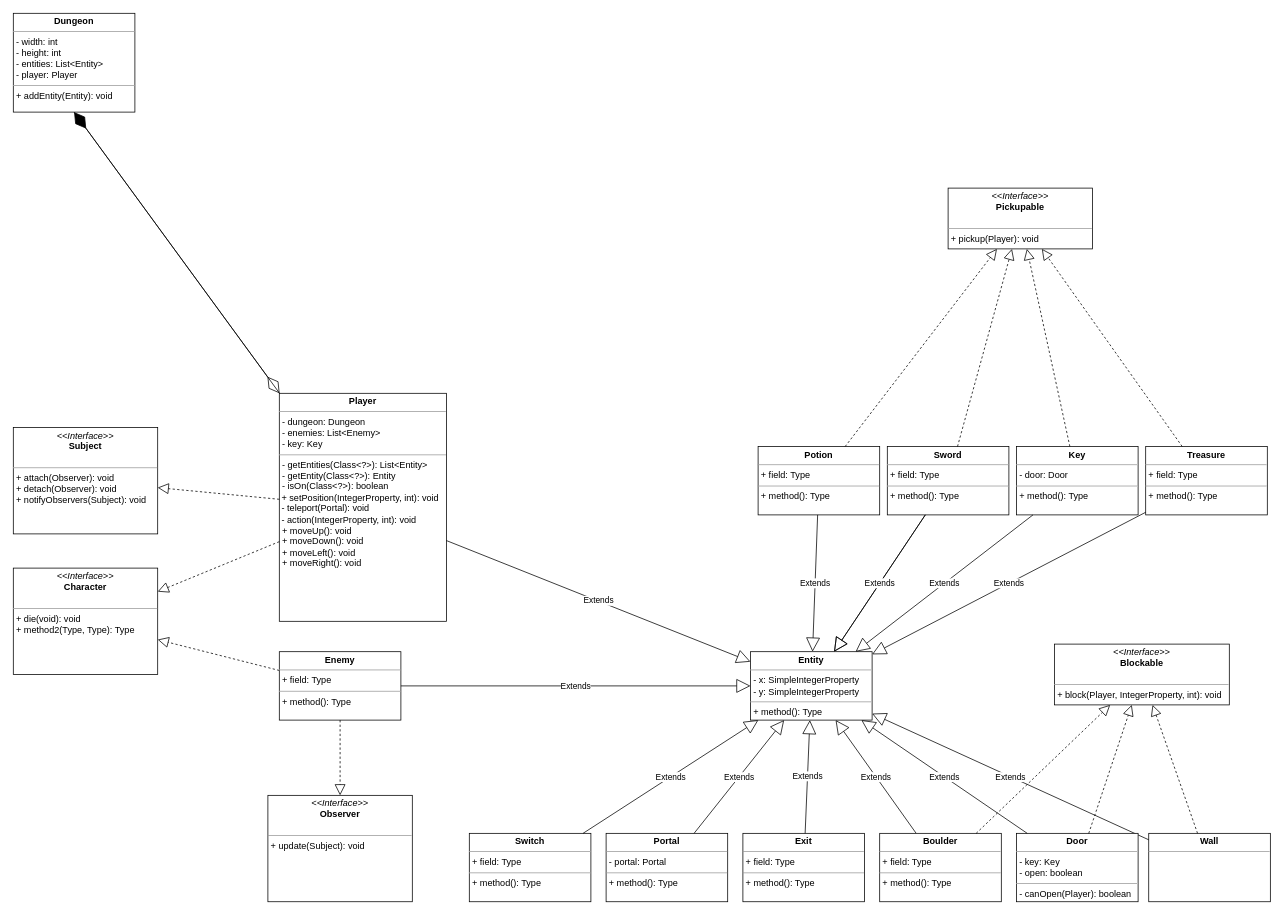
Earlier version of the draw.io diagram uml.drawio (rwang301/COMP2511-Project). Source tidied: cells renumbered, new cells numbered last; positions are measured from the earlier drawing's top-left corner, leaving out a move shared by most shapes. Both pictures are drawn from the tidied source at 76%, with x=0, y=0 at pixel (13, 13).
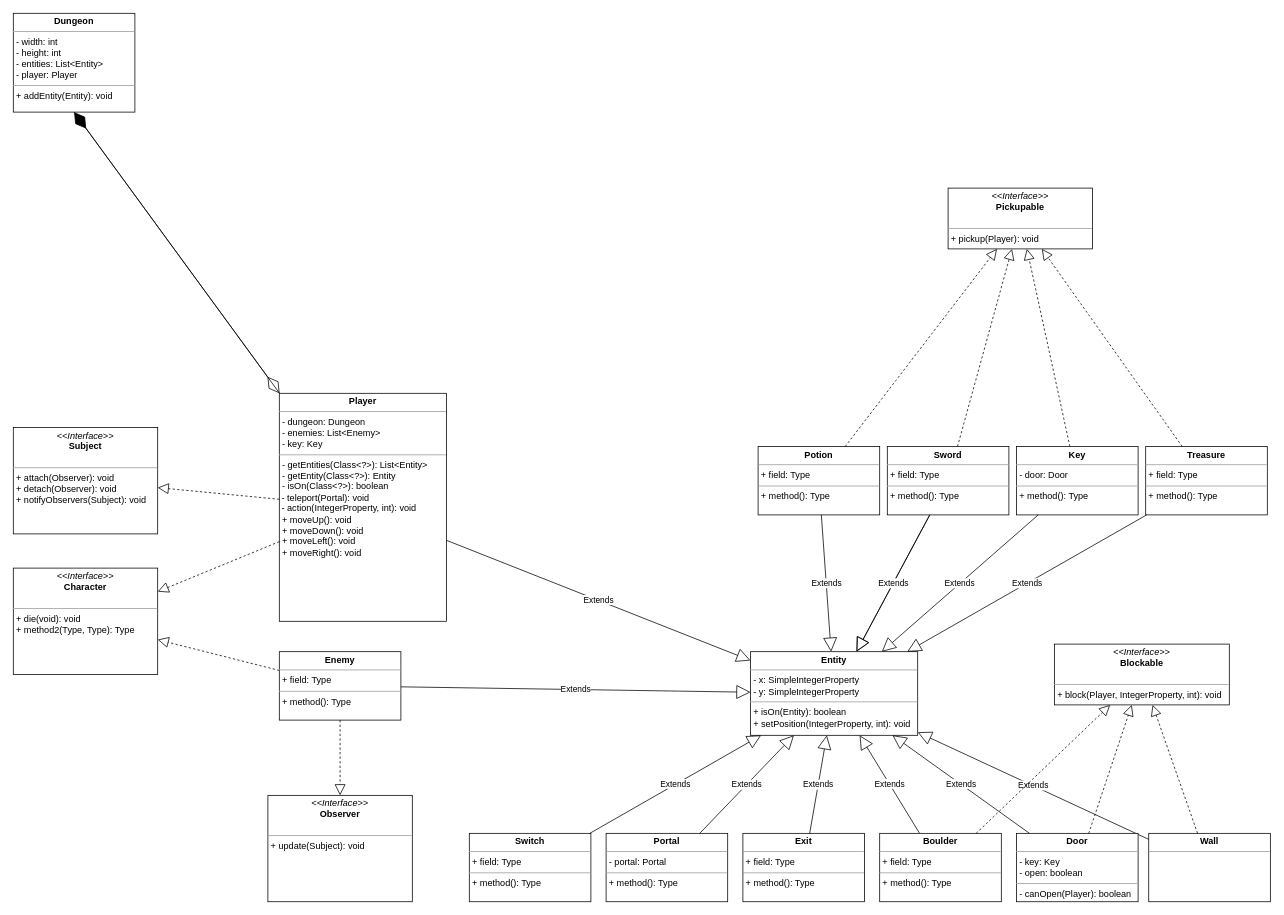
After the change.

What changed in the source:
```diff
@@
-    <mxCell id="2" value="&lt;p style=&quot;margin: 0px ; margin-top: 4px ; text-align: center&quot;&gt;&lt;b&gt;Player&lt;/b&gt;&lt;/p&gt;&lt;hr size=&quot;1&quot;&gt;&lt;p style=&quot;margin: 0px ; margin-left: 4px&quot;&gt;- dungeon: Dungeon&lt;/p&gt;&lt;p style=&quot;margin: 0px ; margin-left: 4px&quot;&gt;- enemies: List&amp;lt;Enemy&amp;gt;&lt;/p&gt;&lt;p style=&quot;margin: 0px ; margin-left: 4px&quot;&gt;- key: Key&lt;/p&gt;&lt;hr size=&quot;1&quot;&gt;&lt;p style=&quot;margin: 0px ; margin-left: 4px&quot;&gt;- getEntities(Class&amp;lt;?&amp;gt;): List&amp;lt;Entity&amp;gt;&lt;/p&gt;&lt;p style=&quot;margin: 0px 0px 0px 4px&quot;&gt;- getEntity(Class&amp;lt;?&amp;gt;): Entity&lt;/p&gt;&lt;p style=&quot;margin: 0px 0px 0px 4px&quot;&gt;- isOn(Class&amp;lt;?&amp;gt;): boolean&lt;br&gt;&lt;/p&gt;&lt;div&gt;&amp;nbsp;+ setPosition(IntegerProperty, int): void&lt;/div&gt;&amp;nbsp;- teleport(Portal): void&lt;br&gt;&lt;div&gt;&amp;nbsp;- action(IntegerProperty, int): void&lt;/div&gt;&lt;p style=&quot;margin: 0px ; margin-left: 4px&quot;&gt;+ moveUp(): void&lt;/p&gt;&lt;p style=&quot;margin: 0px ; margin-left: 4px&quot;&gt;+ moveDown(): void&lt;br&gt;&lt;/p&gt;&lt;p style=&quot;margin: 0px ; margin-left: 4px&quot;&gt;+ moveLeft(): void&lt;br&gt;&lt;/p&gt;&lt;p style=&quot;margin: 0px ; margin-left: 4px&quot;&gt;+ moveRight(): void&lt;br&gt;&lt;/p&gt;" style="verticalAlign=top;align=left;overflow=fill;fontSize=12;fontFamily=Helvetica;html=1;" parent="1" vertex="1">
+    <mxCell id="2" value="&lt;p style=&quot;margin: 0px ; margin-top: 4px ; text-align: center&quot;&gt;&lt;b&gt;Player&lt;/b&gt;&lt;/p&gt;&lt;hr size=&quot;1&quot;&gt;&lt;p style=&quot;margin: 0px ; margin-left: 4px&quot;&gt;- dungeon: Dungeon&lt;/p&gt;&lt;p style=&quot;margin: 0px ; margin-left: 4px&quot;&gt;- enemies: List&amp;lt;Enemy&amp;gt;&lt;/p&gt;&lt;p style=&quot;margin: 0px ; margin-left: 4px&quot;&gt;- key: Key&lt;/p&gt;&lt;hr size=&quot;1&quot;&gt;&lt;p style=&quot;margin: 0px ; margin-left: 4px&quot;&gt;- getEntities(Class&amp;lt;?&amp;gt;): List&amp;lt;Entity&amp;gt;&lt;/p&gt;&lt;p style=&quot;margin: 0px 0px 0px 4px&quot;&gt;- getEntity(Class&amp;lt;?&amp;gt;): Entity&lt;/p&gt;&lt;p style=&quot;margin: 0px 0px 0px 4px&quot;&gt;- isOn(Class&amp;lt;?&amp;gt;): boolean&lt;/p&gt;&amp;nbsp;- teleport(Portal): void&lt;br&gt;&lt;div&gt;&amp;nbsp;- action(IntegerProperty, int): void&lt;/div&gt;&lt;p style=&quot;margin: 0px ; margin-left: 4px&quot;&gt;+ moveUp(): void&lt;/p&gt;&lt;p style=&quot;margin: 0px ; margin-left: 4px&quot;&gt;+ moveDown(): void&lt;br&gt;&lt;/p&gt;&lt;p style=&quot;margin: 0px ; margin-left: 4px&quot;&gt;+ moveLeft(): void&lt;br&gt;&lt;/p&gt;&lt;p style=&quot;margin: 0px ; margin-left: 4px&quot;&gt;+ moveRight(): void&lt;br&gt;&lt;/p&gt;" style="verticalAlign=top;align=left;overflow=fill;fontSize=12;fontFamily=Helvetica;html=1;" parent="1" vertex="1">
       <mxGeometry x="350" y="500" width="220" height="300" as="geometry" />
     </mxCell>
@@
-    <mxCell id="4" value="&lt;p style=&quot;margin: 0px ; margin-top: 4px ; text-align: center&quot;&gt;&lt;b&gt;Entity&lt;/b&gt;&lt;/p&gt;&lt;hr size=&quot;1&quot;&gt;&lt;p style=&quot;margin: 0px ; margin-left: 4px&quot;&gt;- x: SimpleIntegerProperty&lt;/p&gt;&lt;p style=&quot;margin: 0px ; margin-left: 4px&quot;&gt;- y: SimpleIntegerProperty&lt;br&gt;&lt;/p&gt;&lt;hr size=&quot;1&quot;&gt;&lt;p style=&quot;margin: 0px ; margin-left: 4px&quot;&gt;+ method(): Type&lt;/p&gt;" style="verticalAlign=top;align=left;overflow=fill;fontSize=12;fontFamily=Helvetica;html=1;" parent="1" vertex="1">
-      <mxGeometry x="970" y="840" width="160" height="90" as="geometry" />
+    <mxCell id="4" value="&lt;p style=&quot;margin: 0px ; margin-top: 4px ; text-align: center&quot;&gt;&lt;b&gt;Entity&lt;/b&gt;&lt;/p&gt;&lt;hr size=&quot;1&quot;&gt;&lt;p style=&quot;margin: 0px ; margin-left: 4px&quot;&gt;- x: SimpleIntegerProperty&lt;/p&gt;&lt;p style=&quot;margin: 0px ; margin-left: 4px&quot;&gt;- y: SimpleIntegerProperty&lt;br&gt;&lt;/p&gt;&lt;hr size=&quot;1&quot;&gt;&lt;p style=&quot;margin: 0px ; margin-left: 4px&quot;&gt;+ isOn(Entity): boolean&lt;/p&gt;&lt;p style=&quot;margin: 0px ; margin-left: 4px&quot;&gt;+ setPosition(IntegerProperty, int): void&lt;br&gt;&lt;/p&gt;" style="verticalAlign=top;align=left;overflow=fill;fontSize=12;fontFamily=Helvetica;html=1;" parent="1" vertex="1">
+      <mxGeometry x="970" y="840" width="220" height="110" as="geometry" />
     </mxCell>
```
